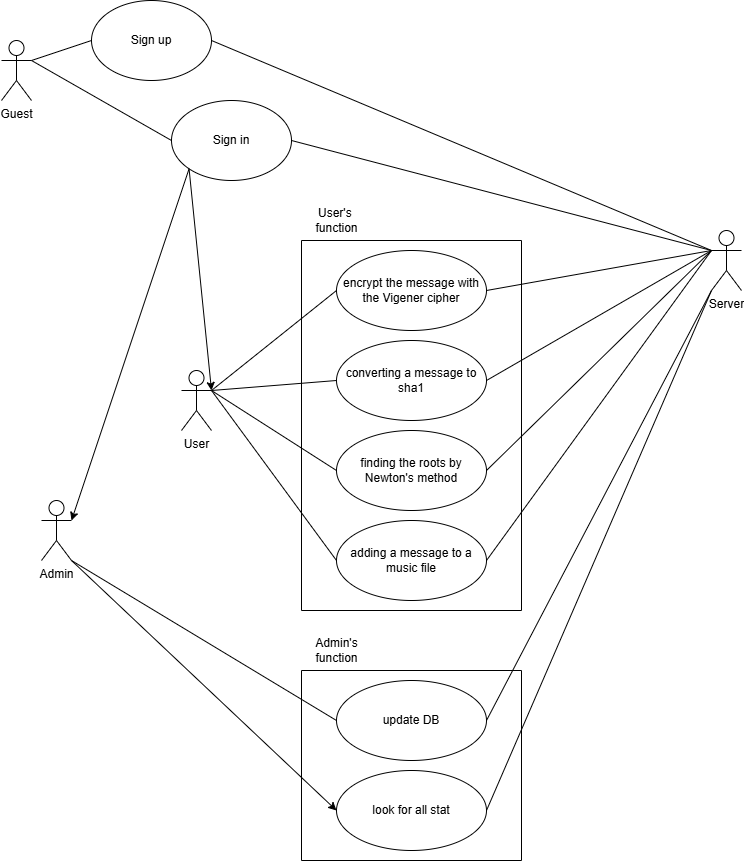
This is Диаграмма прецедентов.drawio.png from dimaan49/-TaMP-IBVJD, a draw.io export, as it was before one commit. Source tidied: cells renumbered, new cells last; positions are measured from the earlier drawing's top-left corner, leaving out a move shared by most shapes. The source it was exported from:
```xml
<mxGraphModel>
  <root>
    <mxCell id="0" />
    <mxCell id="1" parent="0" />
    <mxCell id="2" value="Guest" style="shape=umlActor;verticalLabelPosition=bottom;verticalAlign=top;html=1;outlineConnect=0;" parent="1" vertex="1">
      <mxGeometry y="40" width="30" height="60" as="geometry" />
    </mxCell>
    <mxCell id="3" value="User" style="shape=umlActor;verticalLabelPosition=bottom;verticalAlign=top;html=1;outlineConnect=0;" parent="1" vertex="1">
      <mxGeometry x="180" y="370" width="30" height="60" as="geometry" />
    </mxCell>
    <mxCell id="4" value="Admin" style="shape=umlActor;verticalLabelPosition=bottom;verticalAlign=top;html=1;outlineConnect=0;" parent="1" vertex="1">
      <mxGeometry x="40" y="500" width="30" height="60" as="geometry" />
    </mxCell>
    <mxCell id="5" value="Server" style="shape=umlActor;verticalLabelPosition=bottom;verticalAlign=top;html=1;outlineConnect=0;" parent="1" vertex="1">
      <mxGeometry x="710" y="230" width="30" height="60" as="geometry" />
    </mxCell>
    <mxCell id="6" value="Sign up" style="ellipse;whiteSpace=wrap;html=1;" parent="1" vertex="1">
      <mxGeometry x="90" width="120" height="80" as="geometry" />
    </mxCell>
    <mxCell id="7" value="Sign in" style="ellipse;whiteSpace=wrap;html=1;" parent="1" vertex="1">
      <mxGeometry x="170" y="100" width="120" height="80" as="geometry" />
    </mxCell>
    <mxCell id="8" style="endArrow=none;html=1;rounded=0;exitX=1;exitY=0.3333333333333333;exitDx=0;exitDy=0;exitPerimeter=0;entryX=0;entryY=0.5;entryDx=0;entryDy=0;" parent="1" edge="1" source="2" target="6">
      <mxGeometry relative="1" as="geometry" />
    </mxCell>
    <mxCell id="9" style="endArrow=none;html=1;rounded=0;exitX=1;exitY=0.5;exitDx=0;exitDy=0;entryX=0;entryY=0.3333333333333333;entryDx=0;entryDy=0;entryPerimeter=0;startArrow=none;startFill=0;" parent="1" edge="1" source="6" target="5">
      <mxGeometry relative="1" as="geometry" />
    </mxCell>
    <mxCell id="10" style="endArrow=none;html=1;rounded=0;exitX=1;exitY=0.3333333333333333;exitDx=0;exitDy=0;exitPerimeter=0;entryX=0;entryY=0.5;entryDx=0;entryDy=0;" parent="1" edge="1" source="2" target="7">
      <mxGeometry relative="1" as="geometry" />
    </mxCell>
    <mxCell id="11" style="endArrow=none;html=1;rounded=0;entryX=0;entryY=0.3333333333333333;entryDx=0;entryDy=0;entryPerimeter=0;exitX=1;exitY=0.5;exitDx=0;exitDy=0;" parent="1" edge="1" source="7" target="5">
      <mxGeometry relative="1" as="geometry" />
    </mxCell>
    <mxCell id="12" style="endArrow=none;html=1;rounded=0;exitX=1;exitY=1;exitDx=0;exitDy=0;exitPerimeter=0;entryX=0;entryY=0.5;entryDx=0;entryDy=0;" parent="1" edge="1" source="4" target="30">
      <mxGeometry relative="1" as="geometry" />
    </mxCell>
    <mxCell id="13" style="endArrow=none;html=1;rounded=0;exitX=1;exitY=0.3333333333333333;exitDx=0;exitDy=0;exitPerimeter=0;entryX=0;entryY=0.5;entryDx=0;entryDy=0;" parent="1" edge="1" source="3" target="25">
      <mxGeometry relative="1" as="geometry" />
    </mxCell>
    <mxCell id="14" style="endArrow=none;html=1;rounded=0;exitX=1;exitY=0.3333333333333333;exitDx=0;exitDy=0;exitPerimeter=0;entryX=0;entryY=0.5;entryDx=0;entryDy=0;" parent="1" edge="1" source="3" target="26">
      <mxGeometry relative="1" as="geometry" />
    </mxCell>
    <mxCell id="15" style="endArrow=none;html=1;rounded=0;exitX=1;exitY=0.3333333333333333;exitDx=0;exitDy=0;exitPerimeter=0;entryX=0;entryY=0.5;entryDx=0;entryDy=0;" parent="1" edge="1" source="3" target="27">
      <mxGeometry relative="1" as="geometry" />
    </mxCell>
    <mxCell id="16" style="endArrow=none;html=1;rounded=0;exitX=1;exitY=0.3333333333333333;exitDx=0;exitDy=0;exitPerimeter=0;entryX=0;entryY=0.5;entryDx=0;entryDy=0;" parent="1" edge="1" source="3" target="28">
      <mxGeometry relative="1" as="geometry" />
    </mxCell>
    <mxCell id="17" style="endArrow=none;html=1;rounded=0;entryX=0;entryY=0.3333333333333333;entryDx=0;entryDy=0;entryPerimeter=0;exitX=1;exitY=0.5;exitDx=0;exitDy=0;" parent="1" edge="1" source="25" target="5">
      <mxGeometry relative="1" as="geometry" />
    </mxCell>
    <mxCell id="18" style="endArrow=none;html=1;rounded=0;exitX=1;exitY=0.5;exitDx=0;exitDy=0;entryX=0;entryY=0.3333333333333333;entryDx=0;entryDy=0;entryPerimeter=0;" parent="1" edge="1" source="26" target="5">
      <mxGeometry relative="1" as="geometry" />
    </mxCell>
    <mxCell id="19" style="endArrow=none;html=1;rounded=0;entryX=0;entryY=0.3333333333333333;entryDx=0;entryDy=0;entryPerimeter=0;exitX=1;exitY=0.5;exitDx=0;exitDy=0;" parent="1" edge="1" source="27" target="5">
      <mxGeometry relative="1" as="geometry" />
    </mxCell>
    <mxCell id="20" style="endArrow=none;html=1;rounded=0;entryX=0;entryY=0.3333333333333333;entryDx=0;entryDy=0;entryPerimeter=0;exitX=1;exitY=0.5;exitDx=0;exitDy=0;" parent="1" edge="1" source="28" target="5">
      <mxGeometry relative="1" as="geometry" />
    </mxCell>
    <mxCell id="21" style="endArrow=none;html=1;rounded=0;exitX=1;exitY=0.5;exitDx=0;exitDy=0;entryX=0;entryY=1;entryDx=0;entryDy=0;entryPerimeter=0;" parent="1" edge="1" source="30" target="5">
      <mxGeometry relative="1" as="geometry" />
    </mxCell>
    <mxCell id="22" style="endArrow=none;html=1;rounded=0;entryX=0;entryY=1;entryDx=0;entryDy=0;entryPerimeter=0;exitX=1;exitY=0.5;exitDx=0;exitDy=0;" parent="1" edge="1" source="31" target="5">
      <mxGeometry relative="1" as="geometry" />
    </mxCell>
    <mxCell id="23" style="swimlane;startSize=0;" parent="1" vertex="1">
      <mxGeometry x="300" y="240" width="220" height="370" as="geometry" />
    </mxCell>
    <mxCell id="24" value="User's&amp;nbsp;&lt;div&gt;function&lt;/div&gt;" style="text;html=1;align=center;verticalAlign=middle;strokeColor=none;fillColor=none;" parent="23" vertex="1">
      <mxGeometry y="-40" width="70" height="40" as="geometry" />
    </mxCell>
    <mxCell id="25" value="encrypt the message with the Vigener cipher" style="ellipse;whiteSpace=wrap;html=1;" parent="23" vertex="1">
      <mxGeometry x="35" y="10" width="150" height="80" as="geometry" />
    </mxCell>
    <mxCell id="26" value="converting a message to sha1" style="ellipse;whiteSpace=wrap;html=1;" parent="23" vertex="1">
      <mxGeometry x="35" y="100" width="150" height="80" as="geometry" />
    </mxCell>
    <mxCell id="27" value="finding the roots by Newton's method" style="ellipse;whiteSpace=wrap;html=1;" parent="23" vertex="1">
      <mxGeometry x="35" y="190" width="150" height="80" as="geometry" />
    </mxCell>
    <mxCell id="28" value="adding a message to a music file" style="ellipse;whiteSpace=wrap;html=1;" parent="23" vertex="1">
      <mxGeometry x="35" y="280" width="150" height="80" as="geometry" />
    </mxCell>
    <mxCell id="29" style="swimlane;startSize=0;" parent="1" vertex="1">
      <mxGeometry x="300" y="670" width="220" height="190" as="geometry" />
    </mxCell>
    <mxCell id="30" value="update DB" style="ellipse;whiteSpace=wrap;html=1;" parent="29" vertex="1">
      <mxGeometry x="35" y="10" width="150" height="80" as="geometry" />
    </mxCell>
    <mxCell id="31" value="look for all stat" style="ellipse;whiteSpace=wrap;html=1;" parent="29" vertex="1">
      <mxGeometry x="35" y="100" width="150" height="80" as="geometry" />
    </mxCell>
    <mxCell id="32" value="Admin's&lt;div&gt;function&lt;/div&gt;" style="text;html=1;align=center;verticalAlign=middle;strokeColor=none;fillColor=none;" parent="1" vertex="1">
      <mxGeometry x="300" y="630" width="70" height="40" as="geometry" />
    </mxCell>
    <mxCell id="33" style="endArrow=classic;html=1;rounded=0;exitX=0;exitY=1;exitDx=0;exitDy=0;entryX=1;entryY=0.3333333333333333;entryDx=0;entryDy=0;entryPerimeter=0;" parent="1" edge="1" source="7" target="3">
      <mxGeometry relative="1" as="geometry" />
    </mxCell>
    <mxCell id="34" style="endArrow=classic;html=1;rounded=0;exitX=0;exitY=1;exitDx=0;exitDy=0;entryX=1;entryY=0.3333333333333333;entryDx=0;entryDy=0;entryPerimeter=0;" parent="1" edge="1" source="7" target="4">
      <mxGeometry relative="1" as="geometry" />
    </mxCell>
    <mxCell id="35" style="endArrow=classic;html=1;rounded=0;entryX=0;entryY=0.5;entryDx=0;entryDy=0;" parent="1" edge="1" target="31">
      <mxGeometry relative="1" as="geometry">
        <mxPoint x="70" y="560" as="sourcePoint" />
      </mxGeometry>
    </mxCell>
  </root>
</mxGraphModel>
```
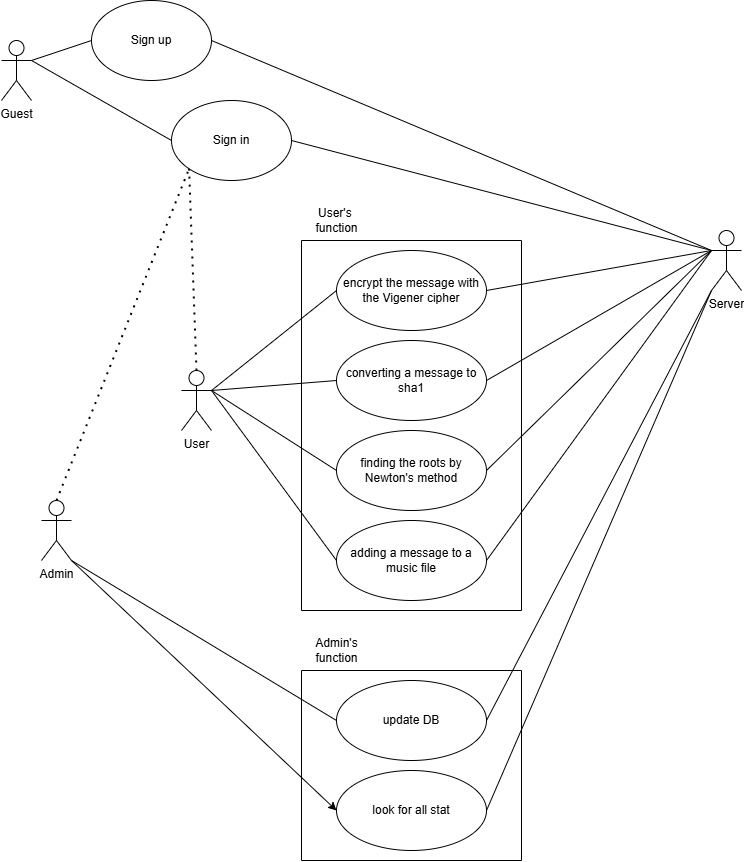
The same diagram one commit later.

Change to the diagram source:
```diff
@@ -95,16 +95,16 @@
     <mxCell id="32" value="Admin's&lt;div&gt;function&lt;/div&gt;" style="text;html=1;align=center;verticalAlign=middle;strokeColor=none;fillColor=none;" parent="1" vertex="1">
       <mxGeometry x="300" y="630" width="70" height="40" as="geometry" />
     </mxCell>
-    <mxCell id="33" style="endArrow=classic;html=1;rounded=0;exitX=0;exitY=1;exitDx=0;exitDy=0;entryX=1;entryY=0.3333333333333333;entryDx=0;entryDy=0;entryPerimeter=0;" parent="1" edge="1" source="7" target="3">
-      <mxGeometry relative="1" as="geometry" />
-    </mxCell>
-    <mxCell id="34" style="endArrow=classic;html=1;rounded=0;exitX=0;exitY=1;exitDx=0;exitDy=0;entryX=1;entryY=0.3333333333333333;entryDx=0;entryDy=0;entryPerimeter=0;" parent="1" edge="1" source="7" target="4">
-      <mxGeometry relative="1" as="geometry" />
-    </mxCell>
     <mxCell id="35" style="endArrow=classic;html=1;rounded=0;entryX=0;entryY=0.5;entryDx=0;entryDy=0;" parent="1" edge="1" target="31">
       <mxGeometry relative="1" as="geometry">
         <mxPoint x="70" y="560" as="sourcePoint" />
       </mxGeometry>
     </mxCell>
+    <mxCell id="36" style="endArrow=none;dashed=1;html=1;dashPattern=1 3;strokeWidth=2;rounded=0;entryX=0;entryY=1;entryDx=0;entryDy=0;exitX=0.5;exitY=0;exitDx=0;exitDy=0;exitPerimeter=0;" parent="1" edge="1" source="4" target="7">
+      <mxGeometry relative="1" as="geometry" />
+    </mxCell>
+    <mxCell id="37" style="endArrow=none;dashed=1;html=1;dashPattern=1 3;strokeWidth=2;rounded=0;entryX=0;entryY=1;entryDx=0;entryDy=0;exitX=0.5;exitY=0;exitDx=0;exitDy=0;exitPerimeter=0;" parent="1" edge="1" source="3" target="7">
+      <mxGeometry relative="1" as="geometry" />
+    </mxCell>
   </root>
 </mxGraphModel>
```
